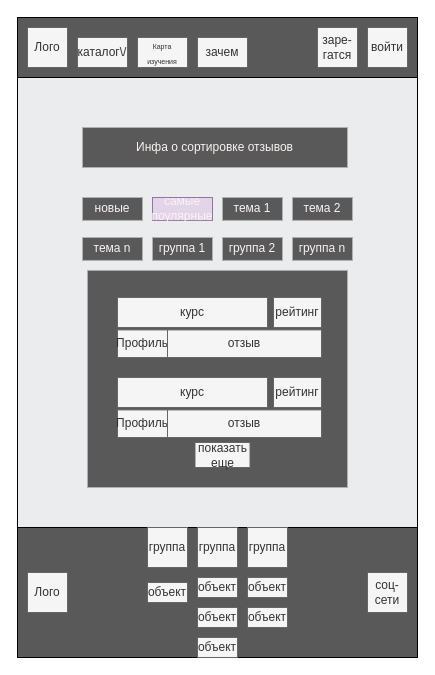
Before: page "Список отзывов" (4 of 11) of planing/Wireframe/Wireframe.drawio in Konfermat/diploma-project, a draw.io diagram. Source tidied: cells renumbered, new cells numbered last; positions are measured from the earlier drawing's top-left corner, leaving out a move shared by most shapes. Both pictures are drawn from the tidied source at 100%, with x=0, y=0 at pixel (17, 17).
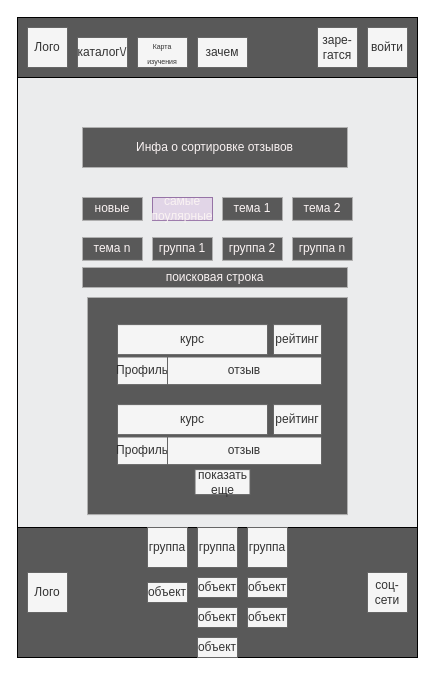
After the change.

Change to the diagram source:
```diff
@@
     <mxCell id="23" style="whiteSpace=wrap;html=1;strokeColor=#B0B0B0;fillColor=#595959;gradientColor=none;" parent="1" vertex="1">
-      <mxGeometry x="70" y="252.9" width="260" height="217.1" as="geometry" />
+      <mxGeometry x="70" y="280" width="260" height="217.1" as="geometry" />
     </mxCell>
     <mxCell id="24" value="показать еще" style="whiteSpace=wrap;html=1;strokeColor=#666666;fillColor=#f5f5f5;fontColor=#333333;" parent="1" vertex="1">
-      <mxGeometry x="177.5" y="425" width="55" height="25" as="geometry" />
+      <mxGeometry x="177.5" y="452.1" width="55" height="25" as="geometry" />
     </mxCell>
@@
     <mxCell id="34" style="group;" parent="1" vertex="1">
-      <mxGeometry x="100" y="280" width="204" height="60" as="geometry" />
+      <mxGeometry x="100" y="307.1" width="204" height="60" as="geometry" />
     </mxCell>
@@
     <mxCell id="39" style="group;" parent="1" vertex="1">
-      <mxGeometry x="100" y="360" width="204" height="60" as="geometry" />
+      <mxGeometry x="100" y="387.1" width="204" height="60" as="geometry" />
     </mxCell>
@@
+    <mxCell id="46" value="&lt;font color=&quot;#faf3f3&quot;&gt;поисковая строка&lt;/font&gt;" style="whiteSpace=wrap;html=1;strokeColor=#B0B0B0;fillColor=#595959;gradientColor=none;" parent="1" vertex="1">
+      <mxGeometry x="65" y="250" width="265" height="20" as="geometry" />
+    </mxCell>
```
